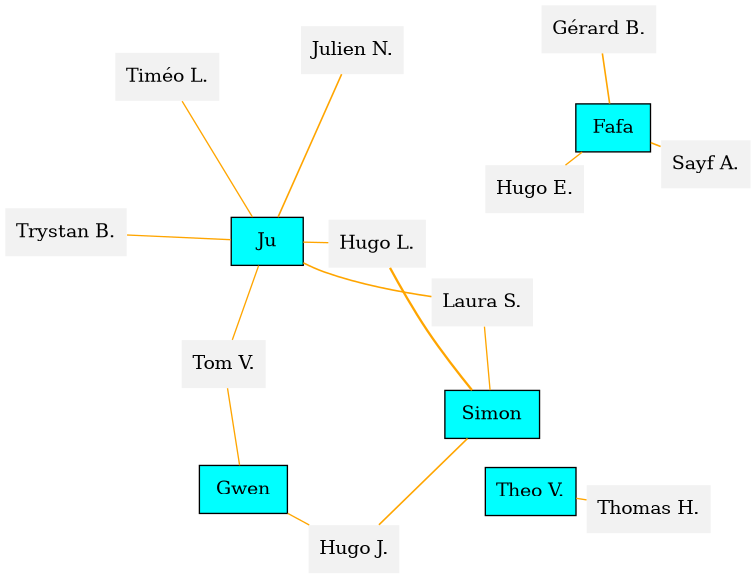
The Graphviz diagram jumpers_PAC.dot.png in GuilhemRep/sauts, before a commit. Its source is kept beside it as jumpers_PAC.dot.
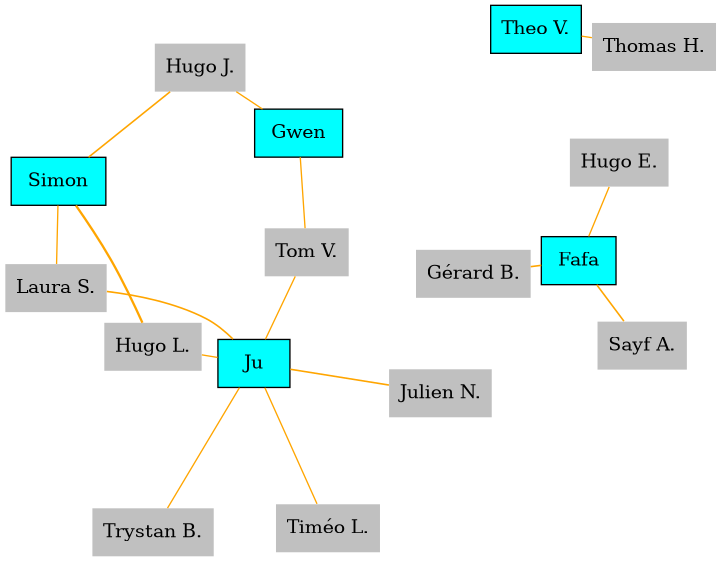
Above is the later version.

What changed in the source:
```diff
@@ -1,21 +1,21 @@
 graph Jumpers {
 	graph [overlap=false ratio=1 size="15,15" splines=true]
-	"Hugo E." [fillcolor=gray95 shape=none style=filled]
-	"Trystan B." [fillcolor=gray95 shape=none style=filled]
-	"Tom V." [fillcolor=gray95 shape=none style=filled]
-	"Hugo J." [fillcolor=gray95 shape=none style=filled]
+	" Simon " [fillcolor=cyan shape=rectangle style=filled]
+	"Hugo L." [fillcolor=gray shape=none style=filled]
+	"Timéo L." [fillcolor=gray shape=none style=filled]
+	"Hugo J." [fillcolor=gray shape=none style=filled]
+	"Gérard B." [fillcolor=gray shape=none style=filled]
+	" Gwen " [fillcolor=cyan shape=rectangle style=filled]
+	"Tom V." [fillcolor=gray shape=none style=filled]
+	" Fafa " [fillcolor=cyan shape=rectangle style=filled]
+	"Laura S." [fillcolor=gray shape=none style=filled]
 	"Theo V." [fillcolor=cyan shape=rectangle style=filled]
-	"Hugo L." [fillcolor=gray95 shape=none style=filled]
-	"Julien N." [fillcolor=gray95 shape=none style=filled]
-	"Sayf A." [fillcolor=gray95 shape=none style=filled]
-	"Timéo L." [fillcolor=gray95 shape=none style=filled]
-	"Thomas H." [fillcolor=gray95 shape=none style=filled]
-	" Gwen " [fillcolor=cyan shape=rectangle style=filled]
-	" Simon " [fillcolor=cyan shape=rectangle style=filled]
 	" Ju " [fillcolor=cyan shape=rectangle style=filled]
-	" Fafa " [fillcolor=cyan shape=rectangle style=filled]
-	"Gérard B." [fillcolor=gray95 shape=none style=filled]
-	"Laura S." [fillcolor=gray95 shape=none style=filled]
+	"Sayf A." [fillcolor=gray shape=none style=filled]
+	"Thomas H." [fillcolor=gray shape=none style=filled]
+	"Trystan B." [fillcolor=gray shape=none style=filled]
+	"Julien N." [fillcolor=gray shape=none style=filled]
+	"Hugo E." [fillcolor=gray shape=none style=filled]
 	" Fafa " -- "Sayf A." [color=orange len=1.5 penwidth=1.2071067811865475]
 	" Ju " -- "Tom V." [color=orange len=1.0 penwidth=1.0]
 	" Gwen " -- "Tom V." [color=orange len=1.0 penwidth=1.0]
```
